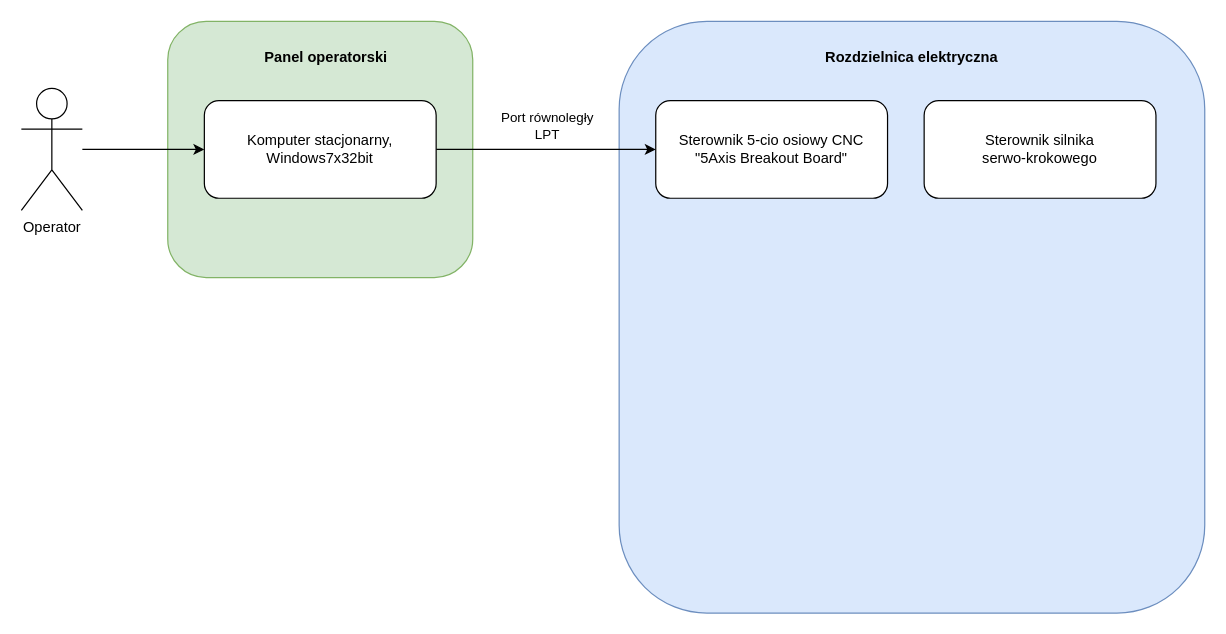
Earlier version of the draw.io diagram pod_ele.drawio (TheKureq/TheKureq). Source tidied: cells renumbered, new cells numbered last; positions are measured from the earlier drawing's top-left corner, leaving out a move shared by most shapes. Both pictures are drawn from the tidied source at 122%, with x=0, y=0 at pixel (21, 21).
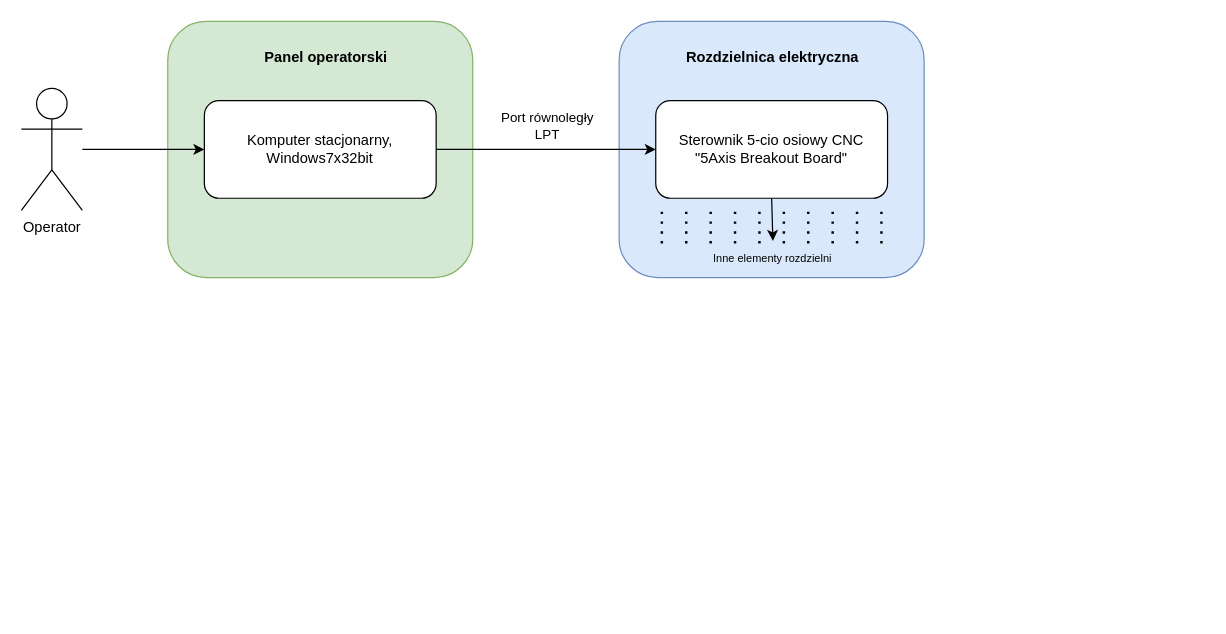
The same page after the edit.

The change refers to these unchanged cells:
```xml
<mxCell id="4" value="&lt;div&gt;Sterownik 5-cio osiowy CNC&lt;/div&gt;&lt;div&gt;&quot;5Axis Breakout Board&quot;&lt;br&gt;&lt;/div&gt;" style="rounded=1;whiteSpace=wrap;html=1;" parent="1" vertex="1">
  <mxGeometry x="520" y="65" width="190" height="80" as="geometry" />
</mxCell>
```

What changed in the source:
```diff
@@
     <mxCell id="3" style="rounded=1;whiteSpace=wrap;html=1;fillColor=#dae8fc;strokeColor=#6c8ebf;" parent="1" vertex="1">
-      <mxGeometry x="490" width="480" height="485" as="geometry" />
+      <mxGeometry x="490" width="250" height="210" as="geometry" />
     </mxCell>
@@
     <mxCell id="8" value="Rozdzielnica elektryczna" style="text;html=1;strokeColor=none;fillColor=none;align=center;verticalAlign=middle;whiteSpace=wrap;rounded=0;fontStyle=1;" parent="1" vertex="1">
-      <mxGeometry x="630" y="15" width="200" height="30" as="geometry" />
+      <mxGeometry x="516" y="15" width="200" height="30" as="geometry" />
     </mxCell>
@@
-    <mxCell id="12" value="Sterownik silnika &lt;br&gt;serwo-krokowego" style="rounded=1;whiteSpace=wrap;html=1;" parent="1" vertex="1">
-      <mxGeometry x="740" y="65" width="190" height="80" as="geometry" />
-    </mxCell>
+    <mxCell id="13" style="endArrow=none;dashed=1;html=1;dashPattern=1 3;strokeWidth=2;rounded=0;" parent="1" edge="1">
+      <mxGeometry relative="1" as="geometry">
+        <mxPoint x="525" y="182" as="sourcePoint" />
+        <mxPoint x="525" y="152" as="targetPoint" />
+        <Array as="points">
+          <mxPoint x="525" y="152" />
+        </Array>
+      </mxGeometry>
+    </mxCell>
+    <mxCell id="14" style="endArrow=none;dashed=1;html=1;dashPattern=1 3;strokeWidth=2;rounded=0;" parent="1" edge="1">
+      <mxGeometry relative="1" as="geometry">
+        <mxPoint x="545" y="182" as="sourcePoint" />
+        <mxPoint x="545" y="152" as="targetPoint" />
+        <Array as="points">
+          <mxPoint x="545" y="152" />
+        </Array>
+      </mxGeometry>
+    </mxCell>
+    <mxCell id="15" style="endArrow=none;dashed=1;html=1;dashPattern=1 3;strokeWidth=2;rounded=0;" parent="1" edge="1">
+      <mxGeometry relative="1" as="geometry">
+        <mxPoint x="565" y="182" as="sourcePoint" />
+        <mxPoint x="565" y="152" as="targetPoint" />
+        <Array as="points">
+          <mxPoint x="565" y="152" />
+        </Array>
+      </mxGeometry>
+    </mxCell>
+    <mxCell id="16" style="endArrow=none;dashed=1;html=1;dashPattern=1 3;strokeWidth=2;rounded=0;" parent="1" edge="1">
+      <mxGeometry relative="1" as="geometry">
+        <mxPoint x="585" y="182" as="sourcePoint" />
+        <mxPoint x="585" y="152" as="targetPoint" />
+        <Array as="points">
+          <mxPoint x="585" y="152" />
+        </Array>
+      </mxGeometry>
+    </mxCell>
+    <mxCell id="17" style="endArrow=none;dashed=1;html=1;dashPattern=1 3;strokeWidth=2;rounded=0;" parent="1" edge="1">
+      <mxGeometry relative="1" as="geometry">
+        <mxPoint x="605" y="182" as="sourcePoint" />
+        <mxPoint x="605" y="152" as="targetPoint" />
+        <Array as="points">
+          <mxPoint x="605" y="152" />
+        </Array>
+      </mxGeometry>
+    </mxCell>
+    <mxCell id="18" style="endArrow=none;dashed=1;html=1;dashPattern=1 3;strokeWidth=2;rounded=0;" parent="1" edge="1">
+      <mxGeometry relative="1" as="geometry">
+        <mxPoint x="625" y="182" as="sourcePoint" />
+        <mxPoint x="625" y="152" as="targetPoint" />
+        <Array as="points">
+          <mxPoint x="625" y="152" />
+        </Array>
+      </mxGeometry>
+    </mxCell>
+    <mxCell id="19" style="endArrow=none;dashed=1;html=1;dashPattern=1 3;strokeWidth=2;rounded=0;" parent="1" edge="1">
+      <mxGeometry relative="1" as="geometry">
+        <mxPoint x="645" y="182" as="sourcePoint" />
+        <mxPoint x="645" y="152" as="targetPoint" />
+        <Array as="points">
+          <mxPoint x="645" y="152" />
+        </Array>
+      </mxGeometry>
+    </mxCell>
+    <mxCell id="20" style="endArrow=none;dashed=1;html=1;dashPattern=1 3;strokeWidth=2;rounded=0;" parent="1" edge="1">
+      <mxGeometry relative="1" as="geometry">
+        <mxPoint x="665" y="182" as="sourcePoint" />
+        <mxPoint x="665" y="152" as="targetPoint" />
+        <Array as="points">
+          <mxPoint x="665" y="152" />
+        </Array>
+      </mxGeometry>
+    </mxCell>
+    <mxCell id="21" style="endArrow=none;dashed=1;html=1;dashPattern=1 3;strokeWidth=2;rounded=0;" parent="1" edge="1">
+      <mxGeometry relative="1" as="geometry">
+        <mxPoint x="685" y="182" as="sourcePoint" />
+        <mxPoint x="685" y="152" as="targetPoint" />
+        <Array as="points">
+          <mxPoint x="685" y="152" />
+        </Array>
+      </mxGeometry>
+    </mxCell>
+    <mxCell id="22" style="endArrow=none;dashed=1;html=1;dashPattern=1 3;strokeWidth=2;rounded=0;" parent="1" edge="1">
+      <mxGeometry relative="1" as="geometry">
+        <mxPoint x="705" y="182" as="sourcePoint" />
+        <mxPoint x="705" y="152" as="targetPoint" />
+        <Array as="points">
+          <mxPoint x="705" y="152" />
+        </Array>
+      </mxGeometry>
+    </mxCell>
+    <mxCell id="23" value="Inne elementy rozdzielni" style="text;html=1;strokeColor=none;fillColor=none;align=center;verticalAlign=middle;whiteSpace=wrap;rounded=0;fontSize=9;" parent="1" vertex="1">
+      <mxGeometry x="521" y="180" width="190" height="30" as="geometry" />
+    </mxCell>
+    <mxCell id="24" style="endArrow=classic;html=1;rounded=0;exitX=0.5;exitY=1;exitDx=0;exitDy=0;entryX=0.5;entryY=0;entryDx=0;entryDy=0;" parent="1" edge="1" source="4" target="23">
+      <mxGeometry relative="1" as="geometry" />
+    </mxCell>
```
